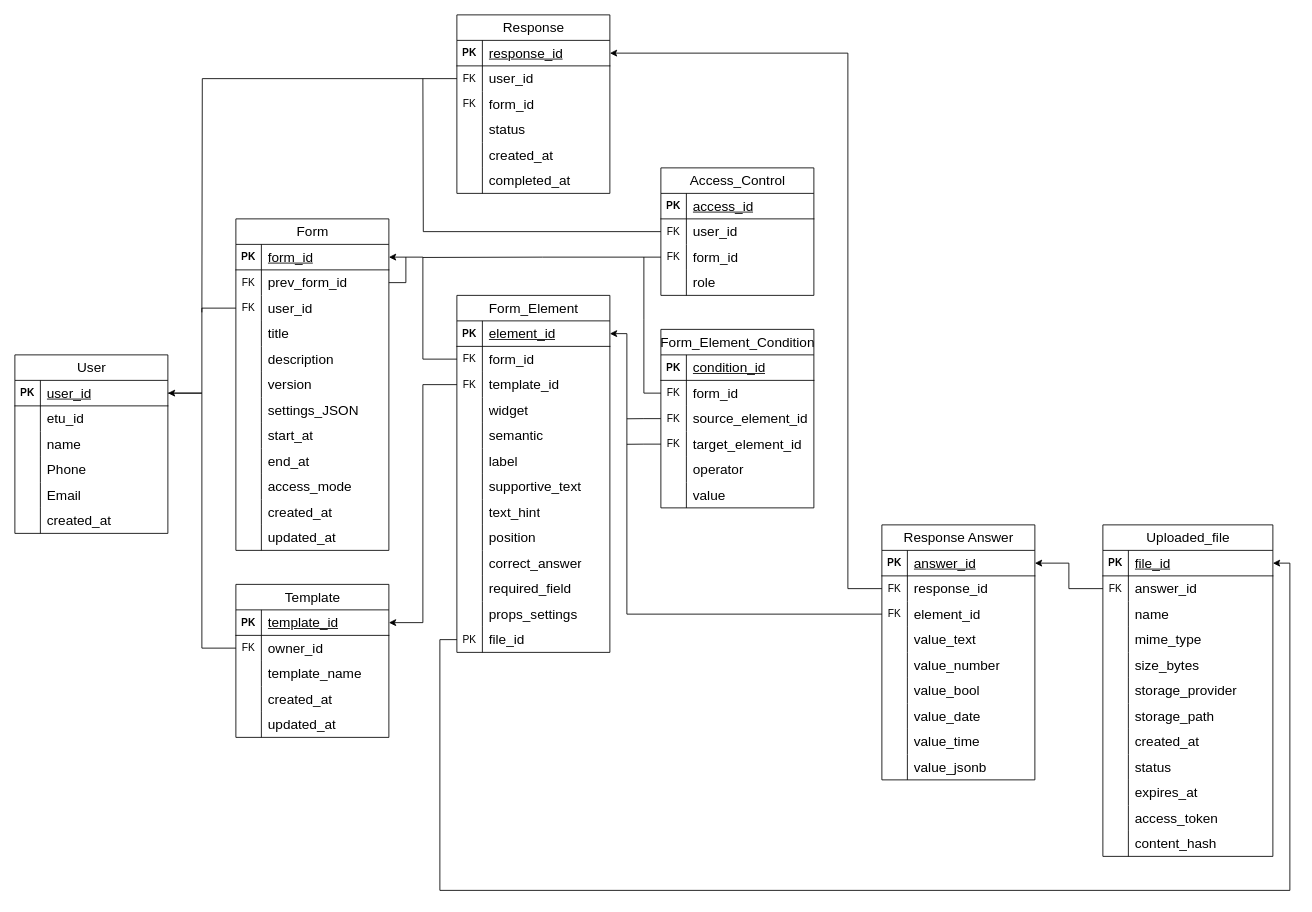
The draw.io diagram docs/ER.drawio in brick1ng5654/ETU-Forms, before the edit. Source tidied: cells renumbered, new cells numbered last; positions are measured from the earlier drawing's top-left corner, leaving out a move shared by most shapes. Both pictures are drawn from the tidied source at 85%, with x=0, y=0 at pixel (14, 14).
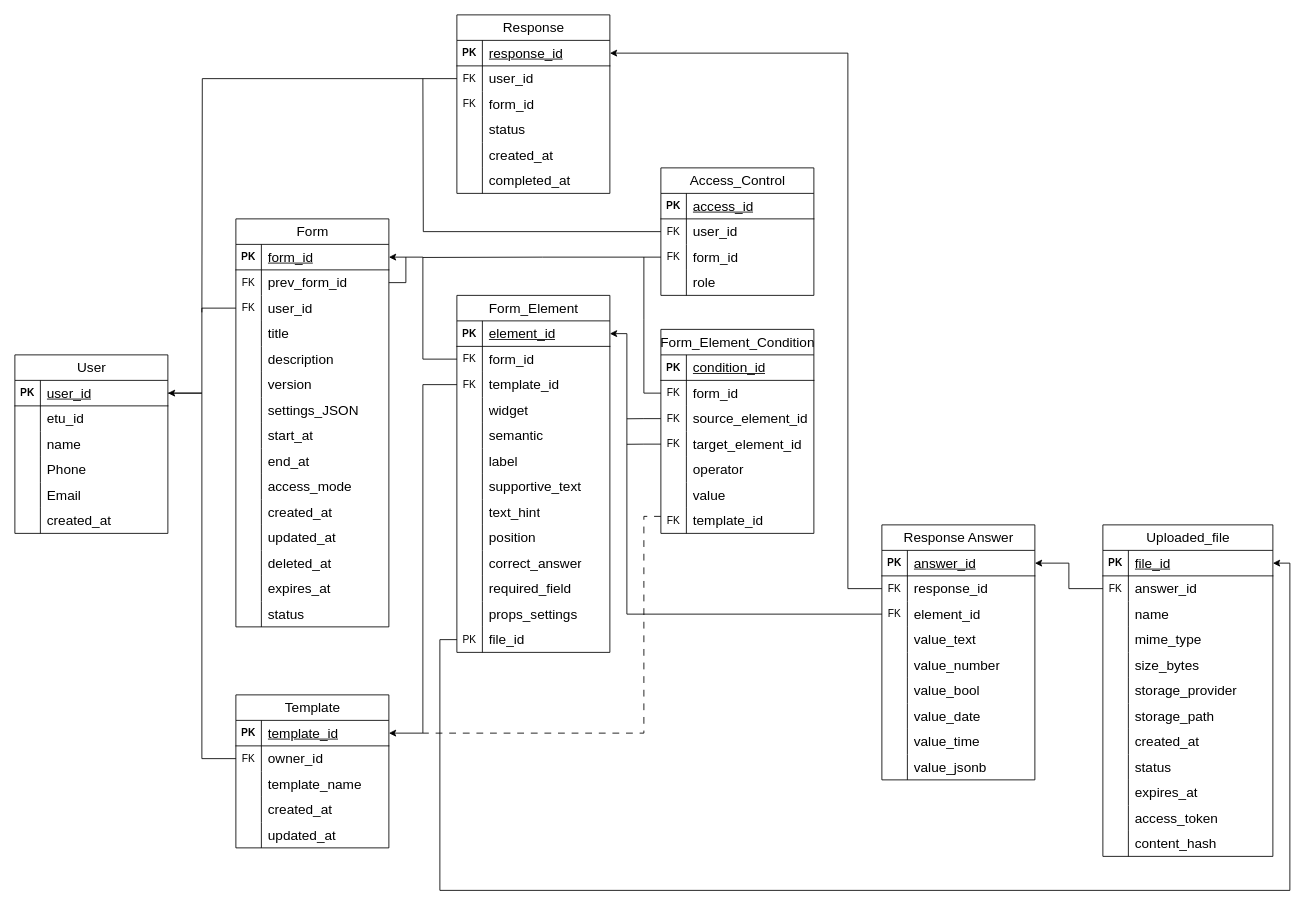
The same diagram, later.

Unchanged cells that the change refers to:
```xml
<mxCell id="40" style="shape=tableRow;horizontal=0;startSize=0;swimlaneHead=0;swimlaneBody=0;fillColor=none;points=[[0,0.5],[1,0.5]];portConstraint=eastwest;top=0;left=0;right=0;bottom=1;" parent="39" vertex="1">
  <mxGeometry y="30" width="180" height="30" as="geometry" />
</mxCell>
<mxCell id="155" style="shape=tableRow;horizontal=0;startSize=0;swimlaneHead=0;swimlaneBody=0;fillColor=none;points=[[0,0.5],[1,0.5]];portConstraint=eastwest;top=0;left=0;right=0;bottom=0;" parent="151" vertex="1">
  <mxGeometry y="60" width="180" height="30" as="geometry" />
</mxCell>
```

The edit, as a diff of the source:
```diff
@@
     <mxCell id="2" value="&lt;font style=&quot;font-size: 16px; font-weight: normal;&quot;&gt;Form&lt;/font&gt;" style="shape=table;startSize=30;childLayout=tableLayout;rowLines=0;fontStyle=1;align=center;html=1;strokeWidth=1;rounded=0;" parent="1" vertex="1">
-      <mxGeometry x="260" y="240" width="180" height="390" as="geometry" />
+      <mxGeometry x="260" y="240" width="180" height="480" as="geometry" />
     </mxCell>
@@
+    <mxCell id="245" style="shape=tableRow;horizontal=0;startSize=0;swimlaneHead=0;swimlaneBody=0;fillColor=none;top=0;left=0;right=0;bottom=0;" parent="2" vertex="1">
+      <mxGeometry y="390" width="180" height="30" as="geometry" />
+    </mxCell>
+    <mxCell id="246" style="shape=partialRectangle;fillColor=none;top=0;left=0;bottom=0;right=0;overflow=hidden;whiteSpace=wrap;html=1;" parent="245" vertex="1">
+      <mxGeometry width="30" height="30" as="geometry" />
+    </mxCell>
+    <mxCell id="247" value="&lt;span style=&quot;font-size: 16px;&quot;&gt;deleted_at&lt;/span&gt;" style="shape=partialRectangle;fillColor=none;top=0;left=0;bottom=0;right=0;align=left;spacingLeft=6;overflow=hidden;whiteSpace=wrap;html=1;" parent="245" vertex="1">
+      <mxGeometry x="30" width="150" height="30" as="geometry" />
+    </mxCell>
+    <mxCell id="248" style="shape=tableRow;horizontal=0;startSize=0;swimlaneHead=0;swimlaneBody=0;fillColor=none;top=0;left=0;right=0;bottom=0;" parent="2" vertex="1">
+      <mxGeometry y="420" width="180" height="30" as="geometry" />
+    </mxCell>
+    <mxCell id="249" style="shape=partialRectangle;fillColor=none;top=0;left=0;bottom=0;right=0;overflow=hidden;whiteSpace=wrap;html=1;" parent="248" vertex="1">
+      <mxGeometry width="30" height="30" as="geometry" />
+    </mxCell>
+    <mxCell id="250" value="&lt;span style=&quot;font-size: 16px;&quot;&gt;expires_at&lt;/span&gt;" style="shape=partialRectangle;fillColor=none;top=0;left=0;bottom=0;right=0;align=left;spacingLeft=6;overflow=hidden;whiteSpace=wrap;html=1;" parent="248" vertex="1">
+      <mxGeometry x="30" width="150" height="30" as="geometry" />
+    </mxCell>
+    <mxCell id="251" style="shape=tableRow;horizontal=0;startSize=0;swimlaneHead=0;swimlaneBody=0;fillColor=none;top=0;left=0;right=0;bottom=0;" parent="2" vertex="1">
+      <mxGeometry y="450" width="180" height="30" as="geometry" />
+    </mxCell>
+    <mxCell id="252" style="shape=partialRectangle;fillColor=none;top=0;left=0;bottom=0;right=0;overflow=hidden;whiteSpace=wrap;html=1;" parent="251" vertex="1">
+      <mxGeometry width="30" height="30" as="geometry" />
+    </mxCell>
+    <mxCell id="253" value="&lt;span style=&quot;font-size: 16px;&quot;&gt;status&lt;/span&gt;" style="shape=partialRectangle;fillColor=none;top=0;left=0;bottom=0;right=0;align=left;spacingLeft=6;overflow=hidden;whiteSpace=wrap;html=1;" parent="251" vertex="1">
+      <mxGeometry x="30" width="150" height="30" as="geometry" />
+    </mxCell>
@@
     <mxCell id="132" value="&lt;font style=&quot;font-size: 16px; font-weight: normal;&quot;&gt;Form_Element_Condition&lt;/font&gt;" style="shape=table;startSize=30;childLayout=tableLayout;rowLines=0;fontStyle=1;align=center;html=1;" parent="1" vertex="1">
-      <mxGeometry x="760" y="370" width="180" height="210" as="geometry" />
+      <mxGeometry x="760" y="370" width="180" height="240" as="geometry" />
     </mxCell>
@@
+    <mxCell id="254" style="shape=tableRow;horizontal=0;startSize=0;swimlaneHead=0;swimlaneBody=0;fillColor=none;top=0;left=0;right=0;bottom=0;" parent="132" vertex="1">
+      <mxGeometry y="210" width="180" height="30" as="geometry" />
+    </mxCell>
+    <mxCell id="255" value="FK" style="shape=partialRectangle;fillColor=none;top=0;left=0;bottom=0;right=0;overflow=hidden;whiteSpace=wrap;html=1;" parent="254" vertex="1">
+      <mxGeometry width="30" height="30" as="geometry" />
+    </mxCell>
+    <mxCell id="256" value="&lt;span style=&quot;font-size: 16px;&quot;&gt;template_id&lt;/span&gt;" style="shape=partialRectangle;fillColor=none;top=0;left=0;bottom=0;right=0;align=left;spacingLeft=6;overflow=hidden;whiteSpace=wrap;html=1;" parent="254" vertex="1">
+      <mxGeometry x="30" width="150" height="30" as="geometry" />
+    </mxCell>
     <mxCell id="151" value="&lt;font style=&quot;font-size: 16px; font-weight: normal;&quot;&gt;Template&lt;/font&gt;" style="shape=table;startSize=30;childLayout=tableLayout;rowLines=0;fontStyle=1;align=center;html=1;" parent="1" vertex="1">
-      <mxGeometry x="260" y="670" width="180" height="180" as="geometry" />
+      <mxGeometry x="260" y="800" width="180" height="180" as="geometry" />
     </mxCell>
@@
     <mxCell id="232" style="edgeStyle=orthogonalEdgeStyle;rounded=0;jettySize=auto;html=1;exitX=0;exitY=0.5;exitDx=0;exitDy=0;entryX=1;entryY=0.5;entryDx=0;entryDy=0;endArrow=none;endFill=0;" parent="1" edge="1" source="155" target="40">
       <mxGeometry relative="1" as="geometry">
         <Array as="points">
-          <mxPoint x="220" y="745" />
+          <mxPoint x="220" y="875" />
           <mxPoint x="220" y="445" />
         </Array>
       </mxGeometry>
     </mxCell>
@@
+    <mxCell id="257" style="edgeStyle=orthogonalEdgeStyle;rounded=0;orthogonalLoop=1;jettySize=auto;html=1;exitX=0;exitY=0.5;exitDx=0;exitDy=0;endArrow=none;endFill=0;dashed=1;dashPattern=8 8;" parent="1" edge="1">
+      <mxGeometry relative="1" as="geometry">
+        <mxPoint x="760" y="590" as="sourcePoint" />
+        <mxPoint x="480" y="845" as="targetPoint" />
+        <Array as="points">
+          <mxPoint x="740" y="590" />
+          <mxPoint x="740" y="845" />
+        </Array>
+      </mxGeometry>
+    </mxCell>
```
